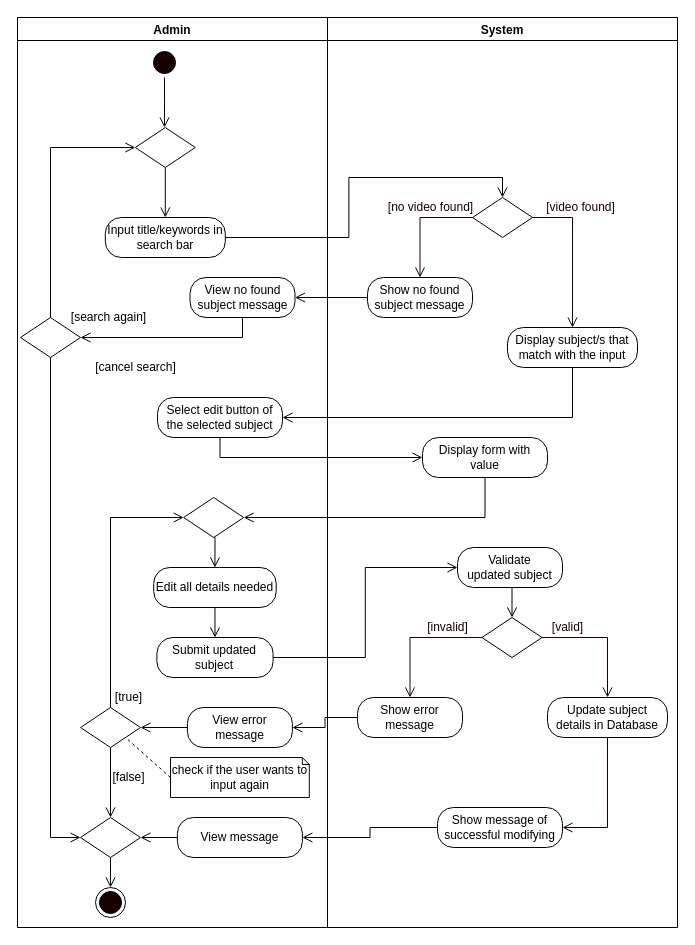
The draw.io diagram page "Edit Subject" (2 of 12) of REVISIONS/UML-DIAGRAMS/6-28-2021/ACTIVITY DIAGRAM/ACTIVITY DIAGRAM2.drawio in mrklglsn/CAPSTONE-FILES, before the edit. Source tidied: cells renumbered, new cells numbered last; positions are measured from the earlier drawing's top-left corner, leaving out a move shared by most shapes. Both pictures are drawn from the tidied source at 100%, with x=0, y=0 at pixel (17, 17).
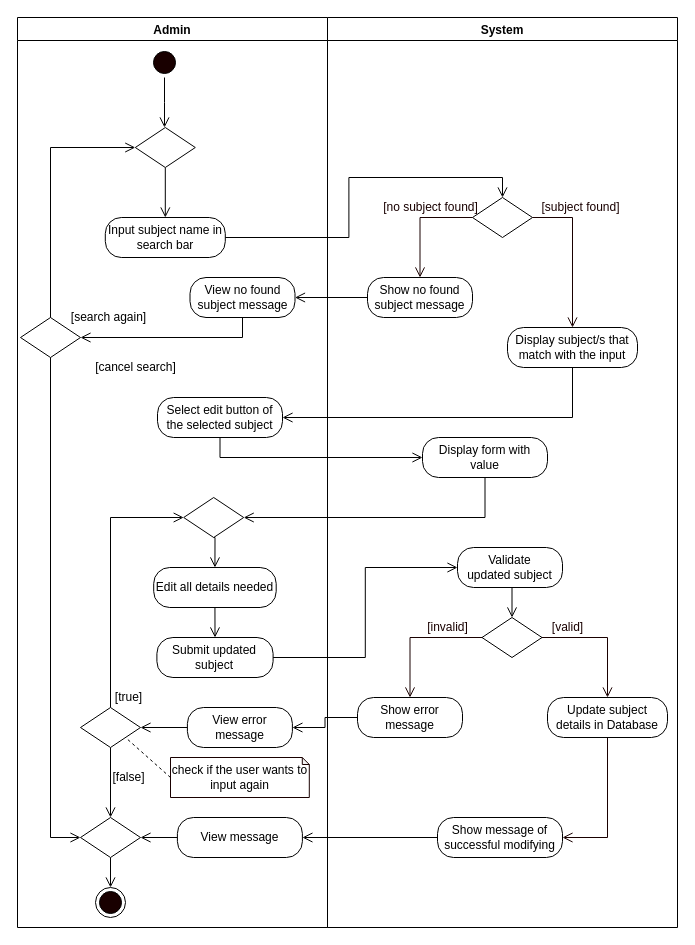
Above is the later version.

Unchanged cells that the change refers to:
```xml
<mxCell id="29" value="System" style="swimlane;" parent="1" vertex="1">
  <mxGeometry x="310" width="350" height="910" as="geometry" />
</mxCell>
```

Diff of the diagram source:
```diff
@@
     <mxCell id="40" value="Show message of successful modifying" style="rounded=1;whiteSpace=wrap;html=1;arcSize=40;" parent="29" vertex="1">
-      <mxGeometry x="110" y="790" width="125" height="40" as="geometry" />
+      <mxGeometry x="110" y="800" width="125" height="40" as="geometry" />
     </mxCell>
-    <mxCell id="41" value="Input title/keywords in search bar" style="rounded=1;whiteSpace=wrap;html=1;arcSize=40;" parent="29" vertex="1">
+    <mxCell id="41" value="Input subject name in search bar" style="rounded=1;whiteSpace=wrap;html=1;arcSize=40;" parent="29" vertex="1">
       <mxGeometry x="-222.2" y="200" width="120" height="40" as="geometry" />
     </mxCell>
@@
-    <mxCell id="47" value="&lt;font color=&quot;#190000&quot;&gt;[video found]&lt;/font&gt;" style="text;html=1;align=center;verticalAlign=middle;strokeColor=none;fontColor=#FFFFFF;" parent="29" vertex="1">
-      <mxGeometry x="212.5" y="180" width="80" height="20" as="geometry" />
+    <mxCell id="47" value="&lt;font color=&quot;#190000&quot;&gt;[subject found]&lt;/font&gt;" style="text;html=1;align=center;verticalAlign=middle;strokeColor=none;fontColor=#FFFFFF;" parent="29" vertex="1">
+      <mxGeometry x="202.5" y="180" width="100" height="20" as="geometry" />
     </mxCell>
-    <mxCell id="48" value="&lt;font color=&quot;#190000&quot;&gt;[no video found]&lt;/font&gt;" style="text;html=1;align=center;verticalAlign=middle;strokeColor=none;fontColor=#FFFFFF;" parent="29" vertex="1">
-      <mxGeometry x="52.5" y="180" width="100" height="20" as="geometry" />
+    <mxCell id="48" value="&lt;font color=&quot;#190000&quot;&gt;[no subject found]&lt;/font&gt;" style="text;html=1;align=center;verticalAlign=middle;strokeColor=none;fontColor=#FFFFFF;" parent="29" vertex="1">
+      <mxGeometry x="47.5" y="180" width="110" height="20" as="geometry" />
     </mxCell>
```
